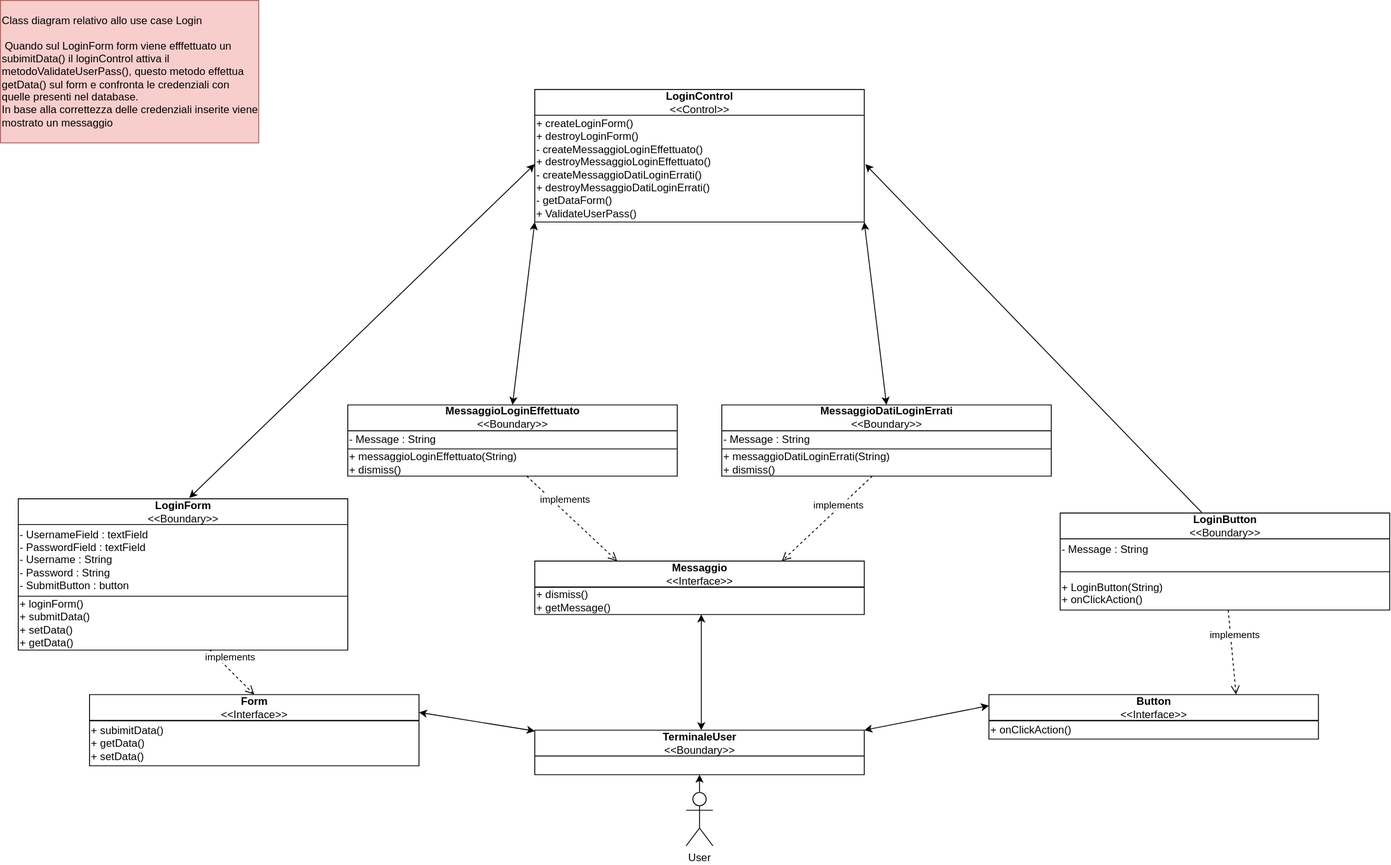
MarcoRuta/Sistema-gestione-CCS-CTT-UnaRegione keeps this draw.io diagram as System Definition/Class diagrams/.svg/Login.svg. Above is the earlier version. Source tidied: cells renumbered, new cells last; positions are measured from the earlier drawing's top-left corner, leaving out a move shared by most shapes.
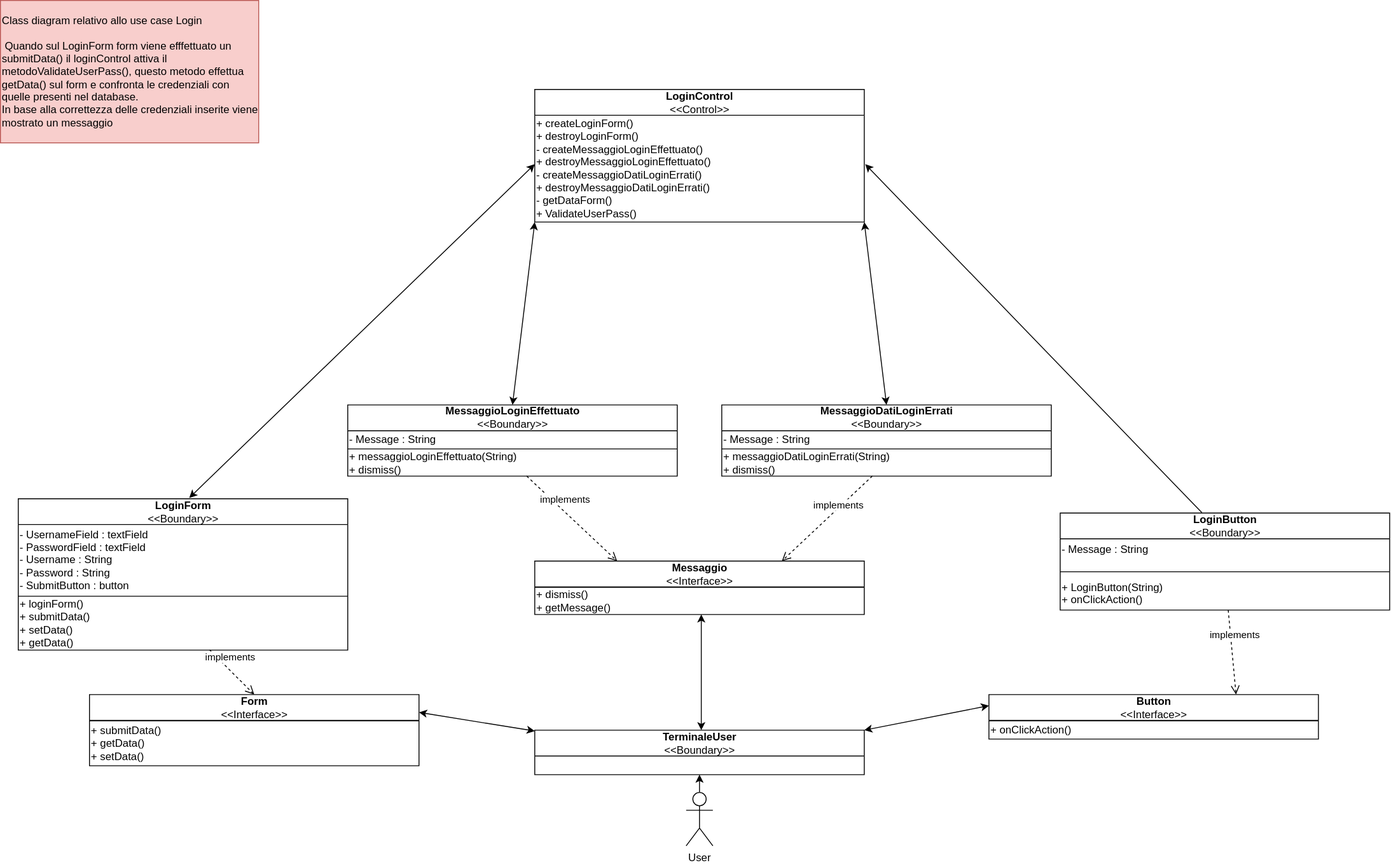
The same file after the commit.

The edit, as a diff of the source:
```diff
@@ -129,7 +129,7 @@
     <mxCell id="38" style="line;strokeWidth=1;fillColor=none;align=left;verticalAlign=middle;spacingTop=-1;spacingLeft=3;spacingRight=3;labelPosition=right;" parent="37" vertex="1">
       <mxGeometry y="29" width="370" height="1" as="geometry" />
     </mxCell>
-    <mxCell id="39" value="+ subimitData()&lt;br&gt;+ getData()&lt;br&gt;+ setData()" style="text;html=1;align=left;verticalAlign=middle;" parent="37" vertex="1">
+    <mxCell id="39" value="+ submitData()&lt;br&gt;+ getData()&lt;br&gt;+ setData()" style="text;html=1;align=left;verticalAlign=middle;" parent="37" vertex="1">
       <mxGeometry y="30" width="370" height="50" as="geometry" />
     </mxCell>
     <mxCell id="40" value="implements" style="html=1;verticalAlign=bottom;endArrow=open;dashed=1;endSize=8;entryX=0.75;entryY=0;entryDx=0;entryDy=0;" parent="1" edge="1" source="10" target="34">
@@ -138,7 +138,7 @@
     <mxCell id="41" value="implements" style="html=1;verticalAlign=bottom;endArrow=open;dashed=1;endSize=8;entryX=0.5;entryY=0;entryDx=0;entryDy=0;" parent="1" edge="1" source="7" target="37">
       <mxGeometry x="-0.2" y="4" relative="1" as="geometry" />
     </mxCell>
-    <mxCell id="42" value="Class diagram relativo allo use case Login&lt;br&gt;&lt;br&gt;&amp;nbsp;Quando sul LoginForm form viene efffettuato un subimitData() il loginControl attiva il metodoValidateUserPass(), questo metodo effettua getData() sul form e confronta le credenziali con quelle presenti nel database.&lt;br&gt;In base alla correttezza delle credenziali inserite viene mostrato un messaggio" style="text;html=1;strokeColor=#b85450;fillColor=#f8cecc;align=left;verticalAlign=middle;whiteSpace=wrap;rounded=0;" parent="1" vertex="1">
+    <mxCell id="42" value="Class diagram relativo allo use case Login&lt;br&gt;&lt;br&gt;&amp;nbsp;Quando sul LoginForm form viene efffettuato un submitData() il loginControl attiva il metodoValidateUserPass(), questo metodo effettua getData() sul form e confronta le credenziali con quelle presenti nel database.&lt;br&gt;In base alla correttezza delle credenziali inserite viene mostrato un messaggio" style="text;html=1;strokeColor=#b85450;fillColor=#f8cecc;align=left;verticalAlign=middle;whiteSpace=wrap;rounded=0;" parent="1" vertex="1">
       <mxGeometry width="290" height="160" as="geometry" />
     </mxCell>
   </root>
```
